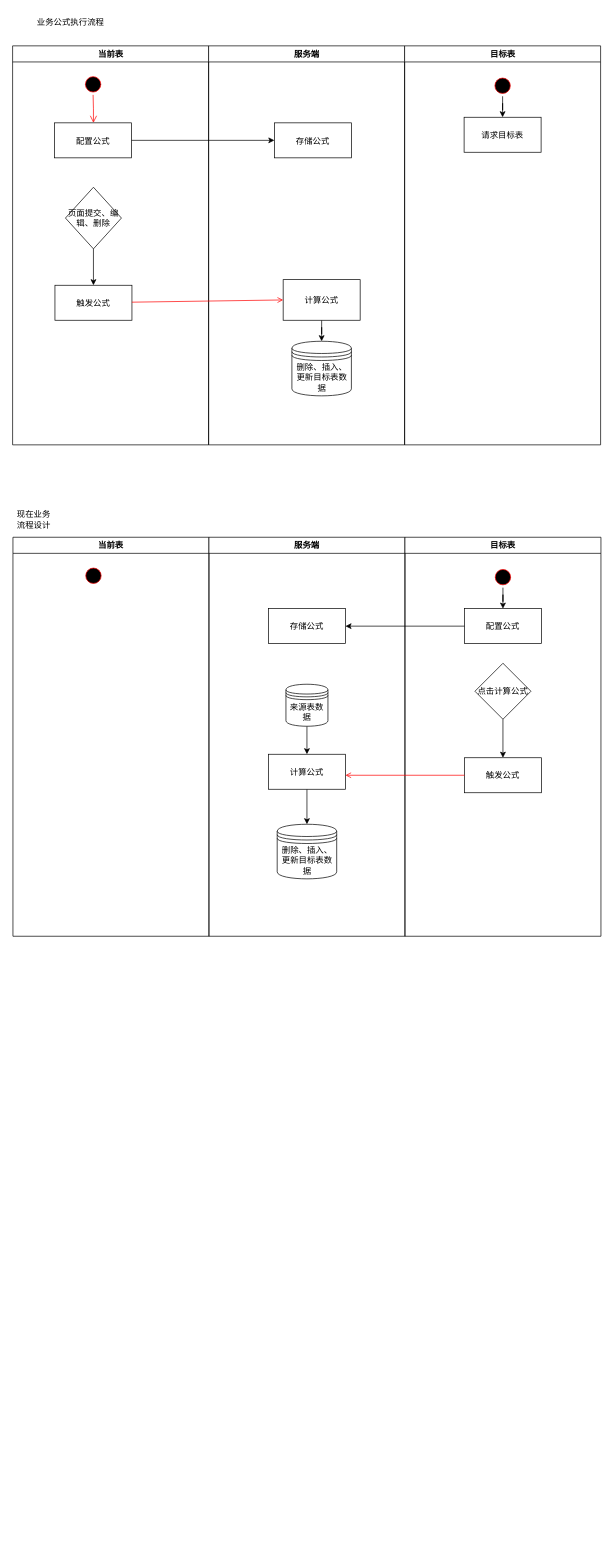
This is 未命名绘图.drawio from zbjcool/mydraw, a draw.io file, before an edit. Source tidied: cells renumbered, new cells numbered last; positions are measured from the earlier drawing's top-left corner, leaving out a move shared by most shapes. Both pictures are drawn from the tidied source at 70%, with x=0, y=0 at pixel (12, 12).
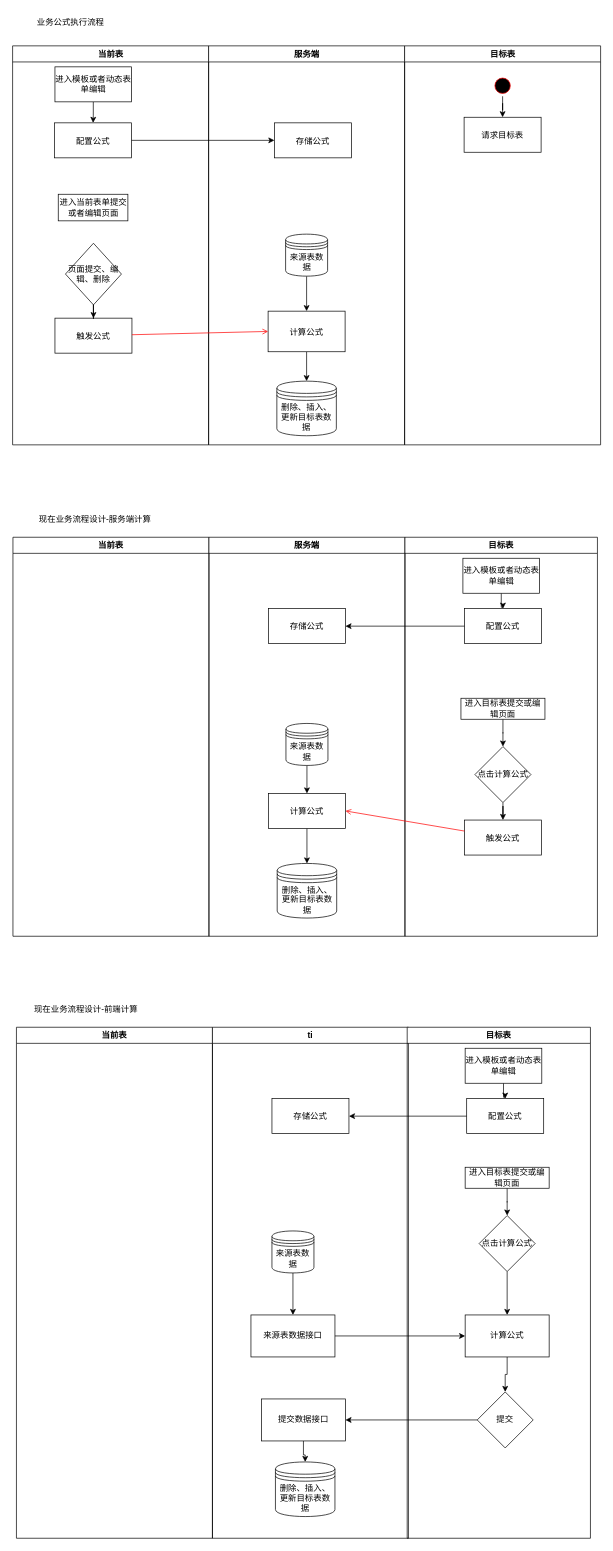
The same page after the edit.

Commit message:
公式-业务公式.drawio

The change refers to these unchanged cells:
```xml
<mxCell id="2" value="当前表" style="swimlane;whiteSpace=wrap;" parent="1" vertex="1">
  <mxGeometry x="0.5" y="48" width="280" height="570" as="geometry" />
</mxCell>
<mxCell id="5" value="配置公式" parent="2" vertex="1">
  <mxGeometry x="60" y="110" width="110" height="50" as="geometry" />
</mxCell>
<mxCell id="9" value="服务端" style="swimlane;whiteSpace=wrap;" parent="1" vertex="1">
  <mxGeometry x="280.5" y="48" width="280" height="570" as="geometry" />
</mxCell>
<mxCell id="21" value="当前表" style="swimlane;whiteSpace=wrap;" parent="1" vertex="1">
  <mxGeometry x="1" y="750" width="280" height="570" as="geometry" />
</mxCell>
<mxCell id="23" value="服务端" style="swimlane;whiteSpace=wrap;" parent="1" vertex="1">
  <mxGeometry x="281" y="750" width="280" height="570" as="geometry" />
</mxCell>
<mxCell id="31" value="配置公式" parent="30" vertex="1">
  <mxGeometry x="85" y="102" width="110" height="50" as="geometry" />
</mxCell>
```

Diff of the diagram source:
```diff
@@
-    <mxCell id="3" style="ellipse;shape=startState;fillColor=#000000;strokeColor=#ff0000;" parent="2" vertex="1">
-      <mxGeometry x="100" y="40" width="30" height="30" as="geometry" />
-    </mxCell>
-    <mxCell id="4" style="edgeStyle=elbowEdgeStyle;elbow=horizontal;verticalAlign=bottom;endArrow=open;endSize=8;strokeColor=#FF0000;endFill=1;rounded=0;" parent="2" edge="1" source="3" target="5">
-      <mxGeometry x="100" y="40" as="geometry" />
-    </mxCell>
@@
     <mxCell id="6" value="触发公式" parent="2" vertex="1">
-      <mxGeometry x="60.5" y="342" width="110" height="50" as="geometry" />
+      <mxGeometry x="60.5" y="389" width="110" height="50" as="geometry" />
     </mxCell>
@@
     <mxCell id="8" value="页面提交、编辑、删除" style="rhombus;whiteSpace=wrap;html=1;" parent="2" vertex="1">
-      <mxGeometry x="75.5" y="202" width="80" height="88" as="geometry" />
+      <mxGeometry x="75.5" y="282" width="80" height="88" as="geometry" />
     </mxCell>
+    <mxCell id="40" value="进入当前表单提交或者编辑页面" style="rounded=0;whiteSpace=wrap;html=1;" parent="2" vertex="1">
+      <mxGeometry x="65.2" y="212" width="99.5" height="38" as="geometry" />
+    </mxCell>
+    <mxCell id="41" style="edgeStyle=orthogonalEdgeStyle;rounded=0;jettySize=auto;html=1;entryX=0.5;entryY=0;entryDx=0;entryDy=0;" parent="2" edge="1" source="42" target="5">
+      <mxGeometry relative="1" as="geometry" />
+    </mxCell>
+    <mxCell id="42" value="进入模板或者动态表单编辑" style="rounded=0;whiteSpace=wrap;html=1;" parent="2" vertex="1">
+      <mxGeometry x="60.5" y="30" width="109.5" height="50" as="geometry" />
+    </mxCell>
@@
     <mxCell id="12" value="计算公式" parent="9" vertex="1">
-      <mxGeometry x="106.5" y="334" width="110" height="58" as="geometry" />
+      <mxGeometry x="85" y="379" width="110" height="58" as="geometry" />
     </mxCell>
     <mxCell id="13" value="删除、插入、&lt;br style=&quot;border-color: var(--border-color); padding: 0px; margin: 0px;&quot;&gt;&lt;span style=&quot;&quot;&gt;更新目标表数据&lt;/span&gt;" style="shape=datastore;whiteSpace=wrap;html=1;" parent="9" vertex="1">
-      <mxGeometry x="119" y="422" width="85" height="78" as="geometry" />
+      <mxGeometry x="97.5" y="479" width="85" height="78" as="geometry" />
     </mxCell>
+    <mxCell id="43" style="edgeStyle=orthogonalEdgeStyle;rounded=0;jettySize=auto;html=1;" parent="9" edge="1" source="44" target="12">
+      <mxGeometry relative="1" as="geometry" />
+    </mxCell>
+    <mxCell id="44" value="来源表数据" style="shape=datastore;whiteSpace=wrap;html=1;" parent="9" vertex="1">
+      <mxGeometry x="110" y="269" width="60" height="60" as="geometry" />
+    </mxCell>
@@
-    <mxCell id="22" style="ellipse;shape=startState;fillColor=#000000;strokeColor=#ff0000;" parent="21" vertex="1">
-      <mxGeometry x="100" y="40" width="30" height="30" as="geometry" />
-    </mxCell>
@@
     <mxCell id="26" value="计算公式" parent="23" vertex="1">
-      <mxGeometry x="85" y="310" width="110" height="50" as="geometry" />
+      <mxGeometry x="85" y="366" width="110" height="50" as="geometry" />
     </mxCell>
     <mxCell id="27" value="删除、插入、&lt;br style=&quot;border-color: var(--border-color); padding: 0px; margin: 0px;&quot;&gt;&lt;span style=&quot;&quot;&gt;更新目标表数据&lt;/span&gt;" style="shape=datastore;whiteSpace=wrap;html=1;" parent="23" vertex="1">
-      <mxGeometry x="97.5" y="410" width="85" height="78" as="geometry" />
+      <mxGeometry x="97.5" y="466" width="85" height="78" as="geometry" />
     </mxCell>
@@
     <mxCell id="29" value="来源表数据" style="shape=datastore;whiteSpace=wrap;html=1;" parent="23" vertex="1">
-      <mxGeometry x="110" y="210" width="60" height="60" as="geometry" />
+      <mxGeometry x="110" y="266" width="60" height="60" as="geometry" />
     </mxCell>
     <mxCell id="30" value="目标表" style="swimlane;whiteSpace=wrap;" parent="1" vertex="1">
-      <mxGeometry x="561" y="750" width="280" height="570" as="geometry" />
+      <mxGeometry x="561" y="750" width="275" height="570" as="geometry" />
     </mxCell>
@@
-    <mxCell id="32" style="edgeStyle=orthogonalEdgeStyle;rounded=0;jettySize=auto;html=1;" parent="30" edge="1" source="33" target="31">
-      <mxGeometry relative="1" as="geometry" />
-    </mxCell>
-    <mxCell id="33" style="ellipse;shape=startState;fillColor=#000000;strokeColor=#ff0000;" parent="30" vertex="1">
-      <mxGeometry x="125" y="42" width="30" height="30" as="geometry" />
-    </mxCell>
     <mxCell id="34" value="触发公式" parent="30" vertex="1">
-      <mxGeometry x="85" y="315" width="110" height="50" as="geometry" />
+      <mxGeometry x="85" y="404" width="110" height="50" as="geometry" />
     </mxCell>
@@
-    <mxCell id="36" value="点击计算公式" style="rhombus;whiteSpace=wrap;html=1;" parent="30" vertex="1">
-      <mxGeometry x="100" y="180" width="80" height="80" as="geometry" />
+    <mxCell id="36" value="点击计算公式" style="rhombus;whiteSpace=wrap;html=1;direction=south;" parent="30" vertex="1">
+      <mxGeometry x="100" y="299" width="80" height="80" as="geometry" />
     </mxCell>
+    <mxCell id="45" style="edgeStyle=orthogonalEdgeStyle;rounded=0;jettySize=auto;html=1;entryX=0;entryY=0.5;entryDx=0;entryDy=0;" parent="30" edge="1" source="46" target="36">
+      <mxGeometry relative="1" as="geometry" />
+    </mxCell>
+    <mxCell id="46" value="进入目标表提交或编辑页面" style="rounded=0;whiteSpace=wrap;html=1;" parent="30" vertex="1">
+      <mxGeometry x="80" y="230" width="120" height="30" as="geometry" />
+    </mxCell>
+    <mxCell id="47" style="edgeStyle=orthogonalEdgeStyle;rounded=0;jettySize=auto;html=1;" parent="30" edge="1" source="48" target="31">
+      <mxGeometry relative="1" as="geometry" />
+    </mxCell>
+    <mxCell id="48" value="进入模板或者动态表单编辑" style="rounded=0;whiteSpace=wrap;html=1;" parent="30" vertex="1">
+      <mxGeometry x="82.8" y="30" width="109.5" height="50" as="geometry" />
+    </mxCell>
-    <mxCell id="37" style="endArrow=open;strokeColor=#FF0000;endFill=1;rounded=0;" parent="1" edge="1" source="34">
-      <mxGeometry relative="1" as="geometry">
-        <mxPoint x="476" y="1090" as="targetPoint" />
-      </mxGeometry>
+    <mxCell id="37" style="endArrow=open;strokeColor=#FF0000;endFill=1;rounded=0;entryX=1;entryY=0.5;entryDx=0;entryDy=0;" parent="1" edge="1" source="34" target="26">
+      <mxGeometry relative="1" as="geometry" />
     </mxCell>
-    <mxCell id="38" value="现在业务流程设计" style="text;html=1;strokeColor=none;fillColor=none;align=center;verticalAlign=middle;whiteSpace=wrap;rounded=0;" parent="1" vertex="1">
-      <mxGeometry x="1" y="710" width="60" height="30" as="geometry" />
+    <mxCell id="38" value="现在业务流程设计-服务端计算" style="text;html=1;strokeColor=none;fillColor=none;align=center;verticalAlign=middle;whiteSpace=wrap;rounded=0;" parent="1" vertex="1">
+      <mxGeometry x="1" y="710" width="235" height="30" as="geometry" />
     </mxCell>
@@
+    <mxCell id="49" value="当前表" style="swimlane;whiteSpace=wrap;" parent="1" vertex="1">
+      <mxGeometry x="6" y="1450" width="280" height="730" as="geometry" />
+    </mxCell>
+    <mxCell id="50" value="ti" style="swimlane;whiteSpace=wrap;" parent="1" vertex="1">
+      <mxGeometry x="286" y="1450" width="280" height="730" as="geometry" />
+    </mxCell>
+    <mxCell id="51" value="存储公式" parent="50" vertex="1">
+      <mxGeometry x="85" y="102" width="110" height="50" as="geometry" />
+    </mxCell>
+    <mxCell id="52" value="删除、插入、&lt;br style=&quot;border-color: var(--border-color); padding: 0px; margin: 0px;&quot;&gt;&lt;span style=&quot;&quot;&gt;更新目标表数据&lt;/span&gt;" style="shape=datastore;whiteSpace=wrap;html=1;" parent="50" vertex="1">
+      <mxGeometry x="90" y="621" width="85" height="78" as="geometry" />
+    </mxCell>
+    <mxCell id="53" style="edgeStyle=orthogonalEdgeStyle;rounded=0;jettySize=auto;html=1;" parent="50" edge="1" source="54" target="55">
+      <mxGeometry relative="1" as="geometry" />
+    </mxCell>
+    <mxCell id="54" value="来源表数据" style="shape=datastore;whiteSpace=wrap;html=1;" parent="50" vertex="1">
+      <mxGeometry x="85" y="291" width="60" height="60" as="geometry" />
+    </mxCell>
+    <mxCell id="55" value="来源表数据接口" style="rounded=0;whiteSpace=wrap;html=1;" parent="50" vertex="1">
+      <mxGeometry x="55" y="411" width="120" height="60" as="geometry" />
+    </mxCell>
+    <mxCell id="56" style="edgeStyle=orthogonalEdgeStyle;rounded=0;jettySize=auto;html=1;entryX=0.5;entryY=0;entryDx=0;entryDy=0;" parent="50" edge="1" source="57" target="52">
+      <mxGeometry relative="1" as="geometry" />
+    </mxCell>
+    <mxCell id="57" value="提交数据接口" style="rounded=0;whiteSpace=wrap;html=1;" parent="50" vertex="1">
+      <mxGeometry x="70" y="531" width="120" height="60" as="geometry" />
+    </mxCell>
+    <mxCell id="58" value="目标表" style="swimlane;whiteSpace=wrap;" parent="1" vertex="1">
+      <mxGeometry x="564.2" y="1450" width="261.8" height="730" as="geometry" />
+    </mxCell>
+    <mxCell id="59" value="配置公式" parent="58" vertex="1">
+      <mxGeometry x="85" y="102" width="110" height="50" as="geometry" />
+    </mxCell>
+    <mxCell id="60" style="edgeStyle=orthogonalEdgeStyle;rounded=0;jettySize=auto;html=1;entryX=0.5;entryY=0;entryDx=0;entryDy=0;" parent="58" edge="1" source="61" target="67">
+      <mxGeometry relative="1" as="geometry" />
+    </mxCell>
+    <mxCell id="61" value="点击计算公式" style="rhombus;whiteSpace=wrap;html=1;direction=south;" parent="58" vertex="1">
+      <mxGeometry x="102.8" y="269" width="80" height="80" as="geometry" />
+    </mxCell>
+    <mxCell id="62" style="edgeStyle=orthogonalEdgeStyle;rounded=0;jettySize=auto;html=1;entryX=0;entryY=0.5;entryDx=0;entryDy=0;" parent="58" edge="1" source="63" target="61">
+      <mxGeometry relative="1" as="geometry" />
+    </mxCell>
+    <mxCell id="63" value="进入目标表提交或编辑页面" style="rounded=0;whiteSpace=wrap;html=1;" parent="58" vertex="1">
+      <mxGeometry x="82.8" y="200" width="120" height="30" as="geometry" />
+    </mxCell>
+    <mxCell id="64" style="edgeStyle=orthogonalEdgeStyle;rounded=0;jettySize=auto;html=1;" parent="58" edge="1" source="65" target="59">
+      <mxGeometry relative="1" as="geometry" />
+    </mxCell>
+    <mxCell id="65" value="进入模板或者动态表单编辑" style="rounded=0;whiteSpace=wrap;html=1;" parent="58" vertex="1">
+      <mxGeometry x="82.8" y="30" width="109.5" height="50" as="geometry" />
+    </mxCell>
+    <mxCell id="66" style="edgeStyle=orthogonalEdgeStyle;rounded=0;jettySize=auto;html=1;entryX=0.5;entryY=0;entryDx=0;entryDy=0;" parent="58" edge="1" source="67" target="68">
+      <mxGeometry relative="1" as="geometry" />
+    </mxCell>
+    <mxCell id="67" value="计算公式" style="rounded=0;whiteSpace=wrap;html=1;" parent="58" vertex="1">
+      <mxGeometry x="82.8" y="411" width="120" height="60" as="geometry" />
+    </mxCell>
+    <mxCell id="68" value="提交" style="rhombus;whiteSpace=wrap;html=1;" parent="58" vertex="1">
+      <mxGeometry x="100" y="521" width="80" height="80" as="geometry" />
+    </mxCell>
+    <mxCell id="69" value="现在业务流程设计-前端计算" style="text;html=1;strokeColor=none;fillColor=none;align=center;verticalAlign=middle;whiteSpace=wrap;rounded=0;" parent="1" vertex="1">
+      <mxGeometry x="3.5" y="1410" width="202.5" height="30" as="geometry" />
+    </mxCell>
+    <mxCell id="70" style="edgeStyle=orthogonalEdgeStyle;rounded=0;jettySize=auto;html=1;" parent="1" edge="1" source="59" target="51">
+      <mxGeometry relative="1" as="geometry" />
+    </mxCell>
+    <mxCell id="71" style="edgeStyle=orthogonalEdgeStyle;rounded=0;jettySize=auto;html=1;" parent="1" edge="1" source="55" target="67">
+      <mxGeometry relative="1" as="geometry" />
+    </mxCell>
+    <mxCell id="72" style="edgeStyle=orthogonalEdgeStyle;rounded=0;jettySize=auto;html=1;" parent="1" edge="1" source="68" target="57">
+      <mxGeometry relative="1" as="geometry" />
+    </mxCell>
```
